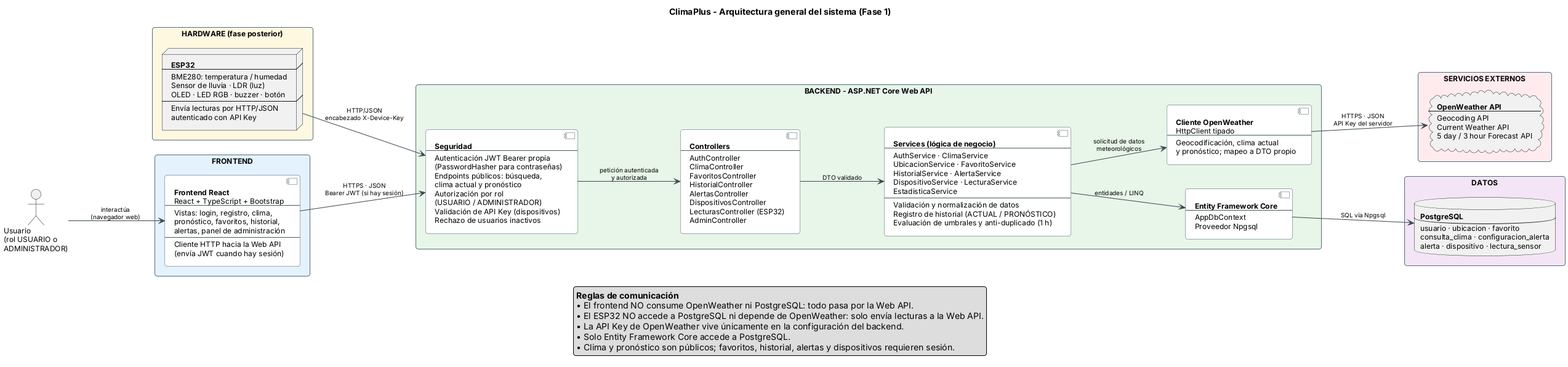
This is docs/arquitectura/arquitectura-climaplus.png from achenx-arch/ClimaPlus, a PlantUML export, as it was before one commit. Its diagram source:
```plantuml
@startuml arquitectura-climaplus

left to right direction
skinparam shadowing false
skinparam defaultFontName Arial
skinparam defaultFontSize 12
skinparam packageStyle rectangle
skinparam roundCorner 8
skinparam nodesep 40
skinparam ranksep 70
skinparam ArrowColor #37474F
skinparam ArrowFontSize 10

skinparam package {
  BorderColor #546E7A
  FontStyle bold
}
skinparam component {
  BackgroundColor #FFFFFF
  BorderColor #455A64
}

title ClimaPlus - Arquitectura general del sistema (Fase 1)

actor "Usuario\n(rol USUARIO o\nADMINISTRADOR)" as usuario

package "FRONTEND" as pkgFront #E3F2FD {
  component react [
    <b>Frontend React</b>
    React + TypeScript + Bootstrap
    ----
    Vistas: login, registro, clima,
    pronóstico, favoritos, historial,
    alertas, panel de administración
    ----
    Cliente HTTP hacia la Web API
    (envía JWT cuando hay sesión)
  ]
}

package "HARDWARE (fase posterior)" as pkgHw #FFF8E1 {
  node esp32 [
    <b>ESP32</b>
    ----
    BME280: temperatura / humedad
    Sensor de lluvia · LDR (luz)
    OLED · LED RGB · buzzer · botón
    ----
    Envía lecturas por HTTP/JSON
    autenticado con API Key
  ]
}

package "BACKEND - ASP.NET Core Web API" as pkgBack #E8F5E9 {

  component seguridad [
    <b>Seguridad</b>
    ----
    Autenticación JWT Bearer propia
    (PasswordHasher para contraseñas)
    Endpoints públicos: búsqueda,
    clima actual y pronóstico
    Autorización por rol
    (USUARIO / ADMINISTRADOR)
    Validación de API Key (dispositivos)
    Rechazo de usuarios inactivos
  ]

  component controllers [
    <b>Controllers</b>
    ----
    AuthController
    ClimaController
    FavoritosController
    HistorialController
    AlertasController
    DispositivosController
    LecturasController (ESP32)
    AdminController
  ]

  component services [
    <b>Services (lógica de negocio)</b>
    ----
    AuthService · ClimaService
    UbicacionService · FavoritoService
    HistorialService · AlertaService
    DispositivoService · LecturaService
    EstadisticaService
    ----
    Validación y normalización de datos
    Registro de historial (ACTUAL / PRONÓSTICO)
    Evaluación de umbrales y anti-duplicado (1 h)
  ]

  component owClient [
    <b>Cliente OpenWeather</b>
    HttpClient tipado
    ----
    Geocodificación, clima actual
    y pronóstico; mapeo a DTO propio
  ]

  component efcore [
    <b>Entity Framework Core</b>
    ----
    AppDbContext
    Proveedor Npgsql
  ]
}

package "DATOS" as pkgDatos #F3E5F5 {
  database postgres [
    <b>PostgreSQL</b>
    ----
    usuario · ubicacion · favorito
    consulta_clima · configuracion_alerta
    alerta · dispositivo · lectura_sensor
  ]
}

package "SERVICIOS EXTERNOS" as pkgExt #FFEBEE {
  cloud openweather [
    <b>OpenWeather API</b>
    ----
    Geocoding API
    Current Weather API
    5 day / 3 hour Forecast API
  ]
}

usuario     --> react       : interactúa\n(navegador web)
react       --> seguridad   : HTTPS · JSON\nBearer JWT (si hay sesión)
esp32       --> seguridad   : HTTP/JSON\nencabezado X-Device-Key
seguridad   --> controllers : petición autenticada\ny autorizada
controllers --> services    : DTO validado
services    --> efcore      : entidades / LINQ
services    --> owClient    : solicitud de datos\nmeteorológicos
efcore      --> postgres    : SQL vía Npgsql
owClient    --> openweather : HTTPS · JSON\nAPI Key del servidor

react    -[hidden]right- esp32
postgres -[hidden]right- openweather

legend bottom
  <b>Reglas de comunicación</b>
  • El frontend NO consume OpenWeather ni PostgreSQL: todo pasa por la Web API.
  • El ESP32 NO accede a PostgreSQL ni depende de OpenWeather: solo envía lecturas a la Web API.
  • La API Key de OpenWeather vive únicamente en la configuración del backend.
  • Solo Entity Framework Core accede a PostgreSQL.
  • Clima y pronóstico son públicos; favoritos, historial, alertas y dispositivos requieren sesión.
endlegend

@enduml
```
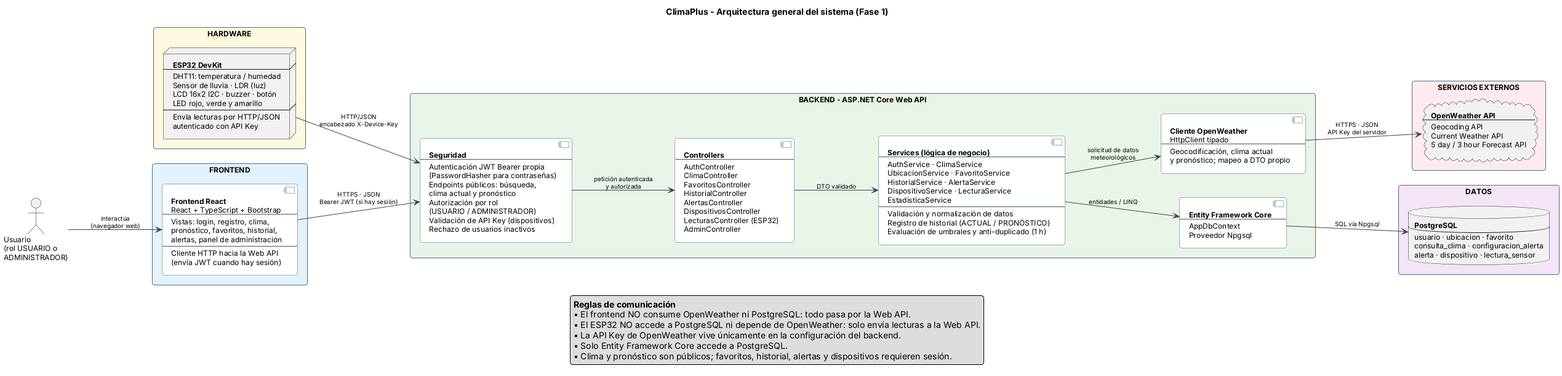
Later version of the same file.

Diff of the diagram source:
```diff
@@ -38,13 +38,14 @@
   ]
 }
 
-package "HARDWARE (fase posterior)" as pkgHw #FFF8E1 {
+package "HARDWARE" as pkgHw #FFF8E1 {
   node esp32 [
-    <b>ESP32</b>
+    <b>ESP32 DevKit</b>
     ----
-    BME280: temperatura / humedad
+    DHT11: temperatura / humedad
     Sensor de lluvia · LDR (luz)
-    OLED · LED RGB · buzzer · botón
+    LCD 16x2 I2C · buzzer · botón
+    LED rojo, verde y amarillo
     ----
     Envía lecturas por HTTP/JSON
     autenticado con API Key
```
